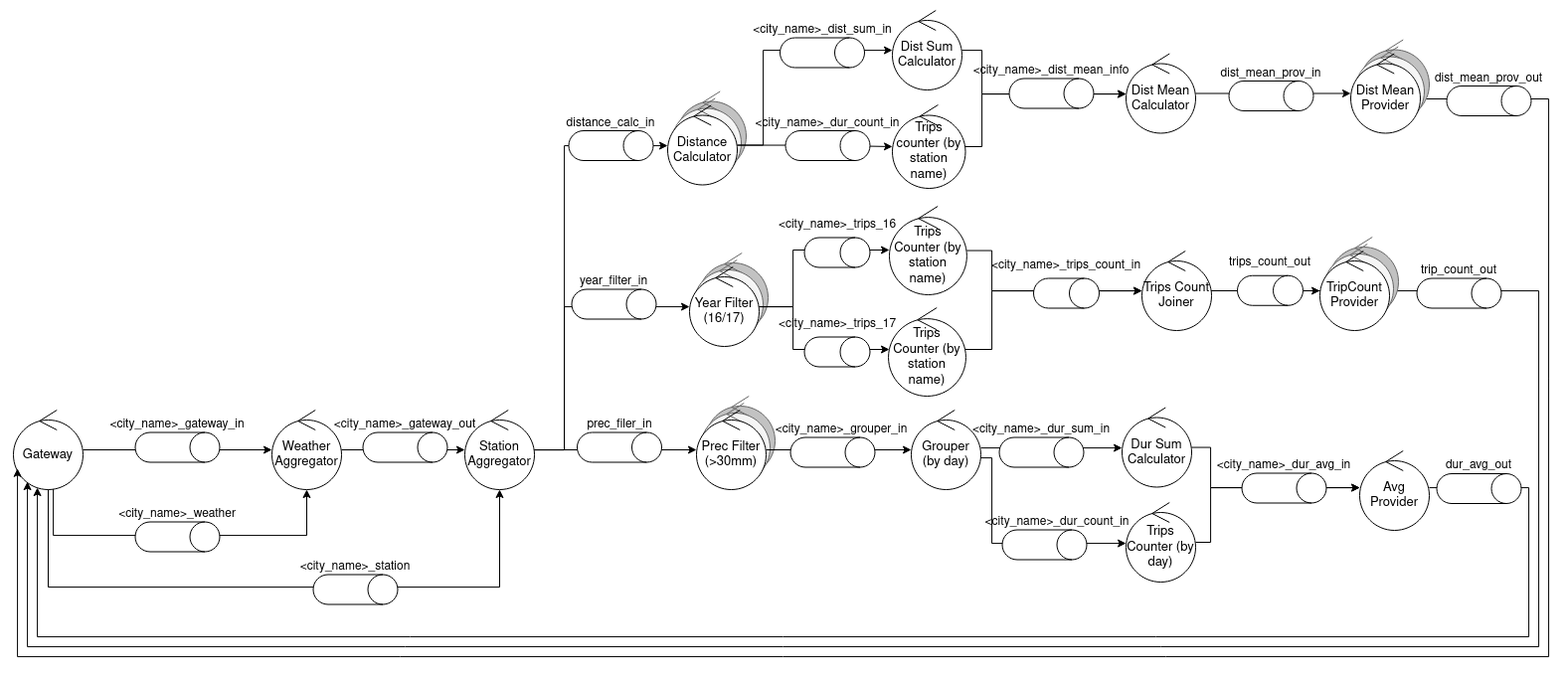
The draw.io diagram docs/robustness_2.png in efoppiano/dist1_tp1, before a commit. Source tidied: cells renumbered, new cells last; positions are measured from the earlier drawing's top-left corner, leaving out a move shared by most shapes.
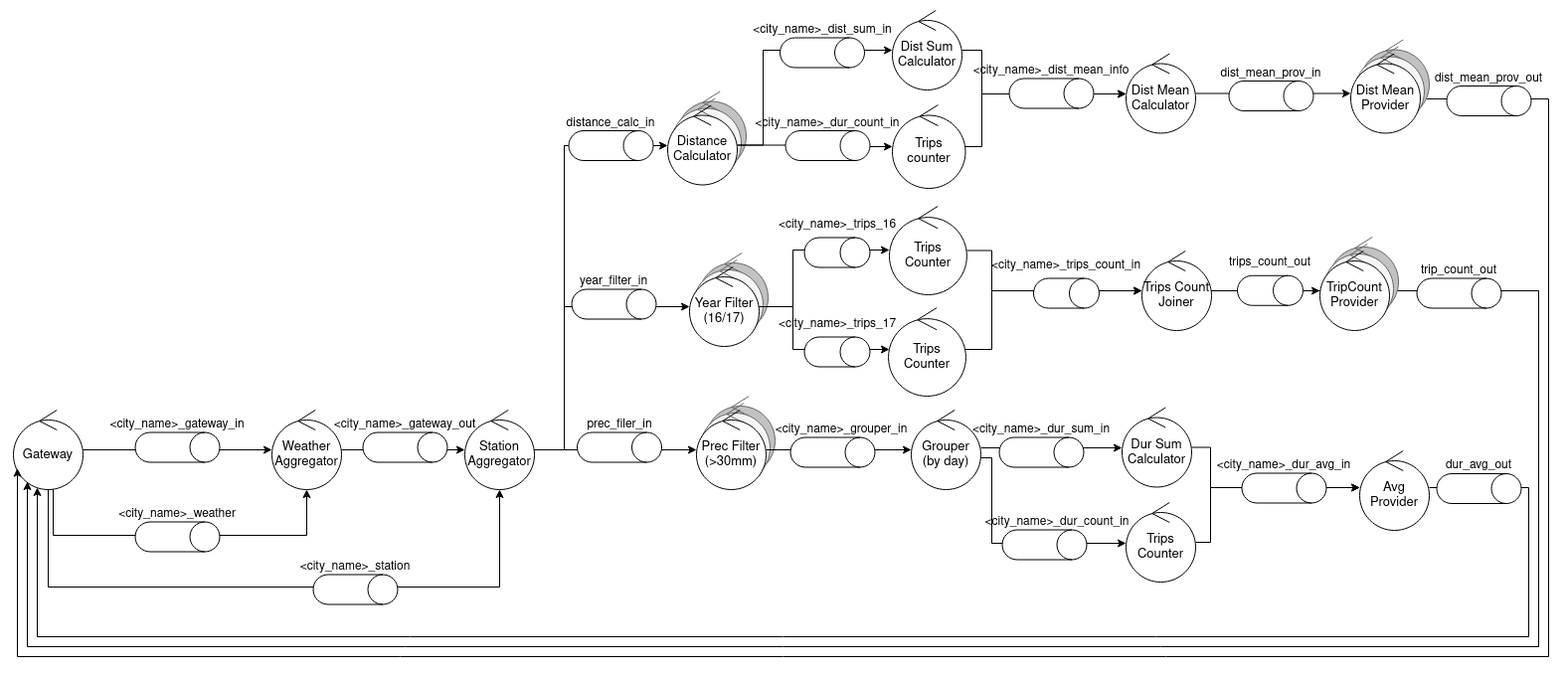
After the change.

Commit message:
Fix robustness diagrams

Change to the diagram source:
```diff
@@ -140,7 +140,7 @@
         </Array>
       </mxGeometry>
     </mxCell>
-    <mxCell id="32" value="Trips Counter (by station name)" style="ellipse;shape=umlControl;whiteSpace=wrap;html=1;fontSize=13;" parent="1" vertex="1">
+    <mxCell id="32" value="Trips Counter" style="ellipse;shape=umlControl;whiteSpace=wrap;html=1;fontSize=13;" parent="1" vertex="1">
       <mxGeometry x="881" y="197" width="77.9" height="89" as="geometry" />
     </mxCell>
     <mxCell id="33" style="edgeStyle=orthogonalEdgeStyle;rounded=0;jettySize=auto;html=1;fontSize=13;" parent="1" edge="1" source="28" target="32">
@@ -188,7 +188,7 @@
         </Array>
       </mxGeometry>
     </mxCell>
-    <mxCell id="41" value="Trips counter (by station name)" style="ellipse;shape=umlControl;whiteSpace=wrap;html=1;fontSize=13;" parent="1" vertex="1">
+    <mxCell id="41" value="Trips counter" style="ellipse;shape=umlControl;whiteSpace=wrap;html=1;fontSize=13;" parent="1" vertex="1">
       <mxGeometry x="884" y="95" width="73.5" height="84" as="geometry" />
     </mxCell>
     <mxCell id="42" style="edgeStyle=orthogonalEdgeStyle;rounded=0;jettySize=auto;html=1;fontSize=13;" parent="1" edge="1" source="37" target="41">
@@ -360,7 +360,7 @@
         </Array>
       </mxGeometry>
     </mxCell>
-    <mxCell id="92" value="Trips Counter (by day)" style="ellipse;shape=umlControl;whiteSpace=wrap;html=1;fontSize=13;" parent="1" vertex="1">
+    <mxCell id="92" value="Trips Counter" style="ellipse;shape=umlControl;whiteSpace=wrap;html=1;fontSize=13;" parent="1" vertex="1">
       <mxGeometry x="1119" y="495" width="70" height="80" as="geometry" />
     </mxCell>
     <mxCell id="93" value="Avg Provider" style="ellipse;shape=umlControl;whiteSpace=wrap;html=1;fontSize=13;" parent="1" vertex="1">
@@ -415,7 +415,7 @@
     <mxCell id="106" value="dist_mean_prov_out" style="text;html=1;strokeColor=none;fillColor=none;align=center;verticalAlign=middle;whiteSpace=wrap;rounded=0;" parent="1" vertex="1">
       <mxGeometry x="1454" y="53.5" width="60" height="30" as="geometry" />
     </mxCell>
-    <mxCell id="107" value="Trips Counter (by station name)" style="ellipse;shape=umlControl;whiteSpace=wrap;html=1;fontSize=13;" parent="1" vertex="1">
+    <mxCell id="107" value="Trips Counter" style="ellipse;shape=umlControl;whiteSpace=wrap;html=1;fontSize=13;" parent="1" vertex="1">
       <mxGeometry x="880.1" y="299" width="77.9" height="89" as="geometry" />
     </mxCell>
   </root>
```
